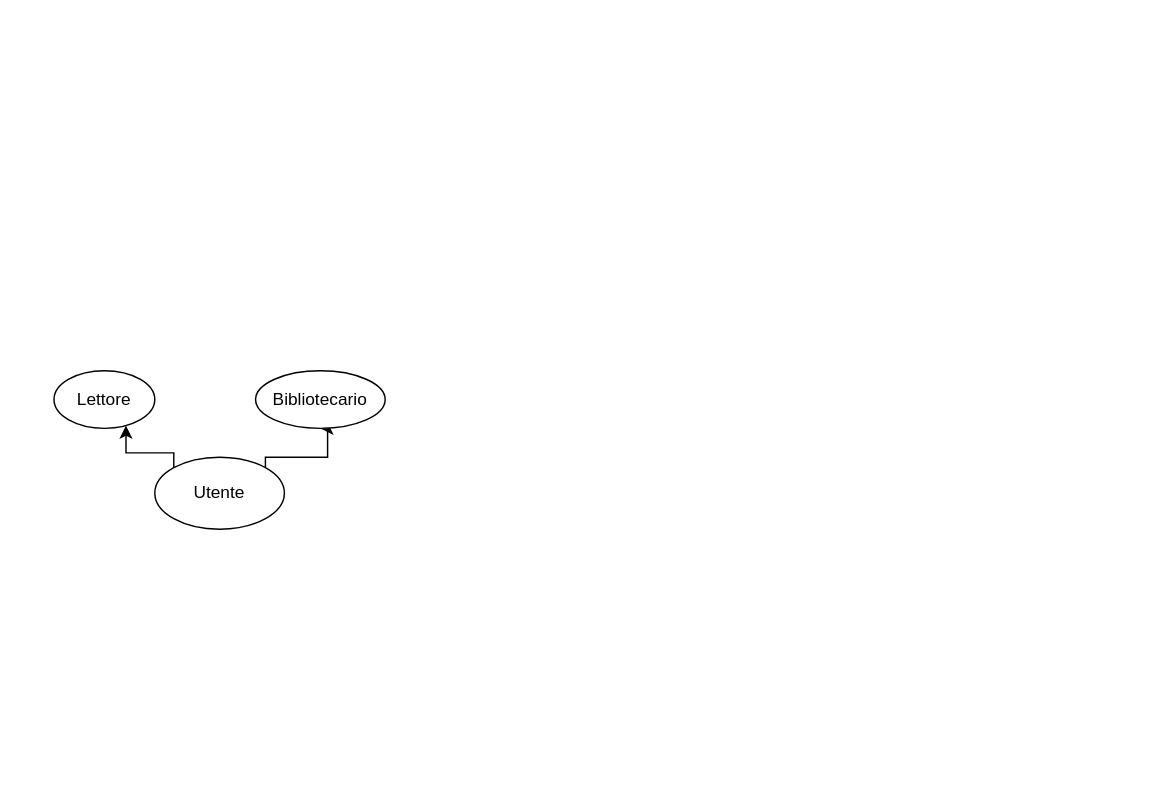
The draw.io diagram schemas/biblio_er.drawio in eliac02/bibliodb, before the edit. Source tidied: cells renumbered, new cells numbered last; positions are measured from the earlier drawing's top-left corner, leaving out a move shared by most shapes. Both pictures are drawn from the tidied source at 144%, with x=0, y=0 at pixel (53, 370).
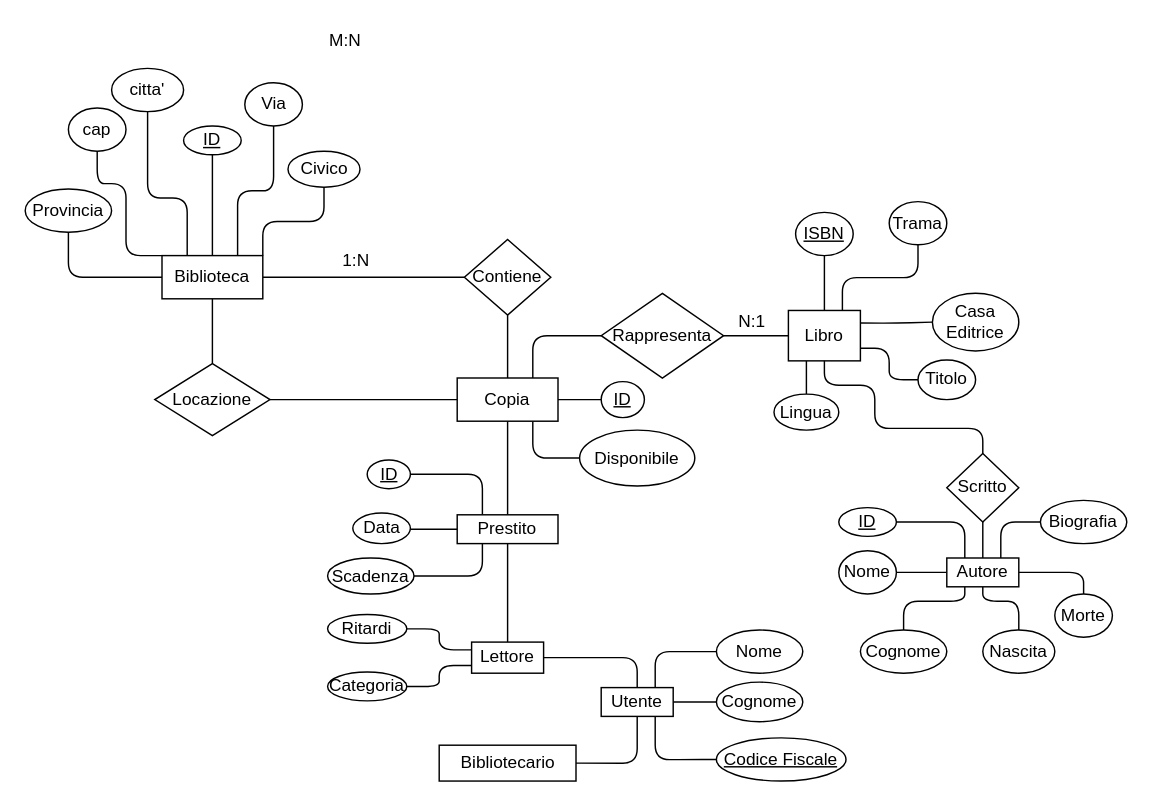
The same diagram, later.

Diff of the diagram source:
```diff
@@
+    <mxCell id="7" style="edgeStyle=orthogonalEdgeStyle;rounded=1;jettySize=auto;html=1;exitX=1;exitY=0.5;exitDx=0;exitDy=0;entryX=0;entryY=0.5;entryDx=0;entryDy=0;endArrow=none;startFill=0;" parent="1" edge="1" source="14" target="17">
+      <mxGeometry relative="1" as="geometry" />
+    </mxCell>
+    <mxCell id="8" style="edgeStyle=orthogonalEdgeStyle;rounded=1;jettySize=auto;html=1;exitX=0.5;exitY=0;exitDx=0;exitDy=0;entryX=0.5;entryY=1;entryDx=0;entryDy=0;endArrow=none;startFill=0;" parent="1" edge="1" source="14" target="73">
+      <mxGeometry relative="1" as="geometry" />
+    </mxCell>
+    <mxCell id="9" style="edgeStyle=orthogonalEdgeStyle;rounded=1;jettySize=auto;html=1;exitX=1;exitY=0;exitDx=0;exitDy=0;entryX=0.5;entryY=1;entryDx=0;entryDy=0;endArrow=none;startFill=0;" parent="1" edge="1" source="14" target="57">
+      <mxGeometry relative="1" as="geometry" />
+    </mxCell>
+    <mxCell id="10" style="edgeStyle=orthogonalEdgeStyle;rounded=1;jettySize=auto;html=1;exitX=0.75;exitY=0;exitDx=0;exitDy=0;entryX=0.5;entryY=1;entryDx=0;entryDy=0;endArrow=none;startFill=0;" parent="1" edge="1" source="14" target="56">
+      <mxGeometry relative="1" as="geometry" />
+    </mxCell>
+    <mxCell id="11" style="edgeStyle=orthogonalEdgeStyle;rounded=1;jettySize=auto;html=1;exitX=0;exitY=0.5;exitDx=0;exitDy=0;entryX=0.5;entryY=1;entryDx=0;entryDy=0;endArrow=none;startFill=0;" parent="1" edge="1" source="14" target="59">
+      <mxGeometry relative="1" as="geometry" />
+    </mxCell>
+    <mxCell id="12" style="edgeStyle=orthogonalEdgeStyle;rounded=1;jettySize=auto;html=1;exitX=0;exitY=0;exitDx=0;exitDy=0;entryX=0.5;entryY=1;entryDx=0;entryDy=0;endArrow=none;startFill=0;" parent="1" edge="1" source="14" target="58">
+      <mxGeometry relative="1" as="geometry">
+        <Array as="points">
+          <mxPoint x="50" y="-80" />
+          <mxPoint x="50" y="-130" />
+          <mxPoint x="30" y="-130" />
+        </Array>
+      </mxGeometry>
+    </mxCell>
+    <mxCell id="13" style="edgeStyle=orthogonalEdgeStyle;rounded=1;jettySize=auto;html=1;exitX=0.25;exitY=0;exitDx=0;exitDy=0;entryX=0.5;entryY=1;entryDx=0;entryDy=0;endArrow=none;startFill=0;" parent="1" edge="1" source="14" target="15">
+      <mxGeometry relative="1" as="geometry">
+        <Array as="points">
+          <mxPoint x="93" y="-120" />
+          <mxPoint x="65" y="-120" />
+        </Array>
+      </mxGeometry>
+    </mxCell>
+    <mxCell id="14" value="Biblioteca" style="rounded=0;whiteSpace=wrap;html=1;" parent="1" vertex="1">
+      <mxGeometry x="75" y="-80" width="70" height="30" as="geometry" />
+    </mxCell>
+    <mxCell id="15" value="citta'" style="ellipse;whiteSpace=wrap;html=1;rounded=1;" parent="1" vertex="1">
+      <mxGeometry x="40" y="-210" width="50" height="30" as="geometry" />
+    </mxCell>
+    <mxCell id="16" style="edgeStyle=orthogonalEdgeStyle;rounded=1;jettySize=auto;html=1;exitX=0.5;exitY=1;exitDx=0;exitDy=0;entryX=0.5;entryY=0;entryDx=0;entryDy=0;endArrow=none;startFill=0;" parent="1" edge="1" source="17" target="65">
+      <mxGeometry relative="1" as="geometry" />
+    </mxCell>
+    <mxCell id="17" value="Contiene" style="rhombus;whiteSpace=wrap;html=1;rounded=0;" parent="1" vertex="1">
+      <mxGeometry x="285" y="-91.2" width="60" height="52.5" as="geometry" />
+    </mxCell>
+    <mxCell id="18" style="edgeStyle=orthogonalEdgeStyle;rounded=1;jettySize=auto;html=1;exitX=0.5;exitY=0;exitDx=0;exitDy=0;entryX=0.5;entryY=1;entryDx=0;entryDy=0;endArrow=none;startFill=0;" parent="1" edge="1" source="24" target="25">
+      <mxGeometry relative="1" as="geometry" />
+    </mxCell>
+    <mxCell id="19" style="edgeStyle=orthogonalEdgeStyle;rounded=1;jettySize=auto;html=1;exitX=0.75;exitY=0;exitDx=0;exitDy=0;entryX=0.5;entryY=1;entryDx=0;entryDy=0;endArrow=none;startFill=0;" parent="1" edge="1" source="24" target="36">
+      <mxGeometry relative="1" as="geometry" />
+    </mxCell>
+    <mxCell id="20" style="edgeStyle=orthogonalEdgeStyle;rounded=1;jettySize=auto;html=1;exitX=1;exitY=0.25;exitDx=0;exitDy=0;entryX=0;entryY=0.5;entryDx=0;entryDy=0;endArrow=none;startFill=0;" parent="1" edge="1" source="24" target="37">
+      <mxGeometry relative="1" as="geometry" />
+    </mxCell>
+    <mxCell id="21" style="edgeStyle=orthogonalEdgeStyle;rounded=1;jettySize=auto;html=1;exitX=1;exitY=0.75;exitDx=0;exitDy=0;entryX=0;entryY=0.5;entryDx=0;entryDy=0;endArrow=none;startFill=0;" parent="1" edge="1" source="24" target="26">
+      <mxGeometry relative="1" as="geometry" />
+    </mxCell>
+    <mxCell id="22" style="edgeStyle=orthogonalEdgeStyle;rounded=1;jettySize=auto;html=1;exitX=0.25;exitY=1;exitDx=0;exitDy=0;entryX=0.5;entryY=0;entryDx=0;entryDy=0;endArrow=none;startFill=0;" parent="1" edge="1" source="24" target="44">
+      <mxGeometry relative="1" as="geometry" />
+    </mxCell>
+    <mxCell id="23" style="edgeStyle=orthogonalEdgeStyle;rounded=1;jettySize=auto;html=1;exitX=0;exitY=0.5;exitDx=0;exitDy=0;entryX=1;entryY=0.5;entryDx=0;entryDy=0;endArrow=none;startFill=0;" parent="1" edge="1" source="24" target="74">
+      <mxGeometry relative="1" as="geometry" />
+    </mxCell>
+    <mxCell id="24" value="Libro" style="rounded=0;whiteSpace=wrap;html=1;" parent="1" vertex="1">
+      <mxGeometry x="510" y="-41.9" width="50" height="35" as="geometry" />
+    </mxCell>
+    <mxCell id="25" value="&lt;u&gt;ISBN&lt;/u&gt;" style="ellipse;whiteSpace=wrap;html=1;rounded=1;" parent="1" vertex="1">
+      <mxGeometry x="515" y="-110" width="40" height="30" as="geometry" />
+    </mxCell>
+    <mxCell id="26" value="Titolo" style="ellipse;whiteSpace=wrap;html=1;rounded=1;" parent="1" vertex="1">
+      <mxGeometry x="600" y="-7.5" width="40" height="27.5" as="geometry" />
+    </mxCell>
+    <mxCell id="27" value="Scritto" style="rhombus;whiteSpace=wrap;html=1;rounded=0;" parent="1" vertex="1">
+      <mxGeometry x="620" y="57.5" width="50" height="47.5" as="geometry" />
+    </mxCell>
+    <mxCell id="28" style="edgeStyle=orthogonalEdgeStyle;rounded=1;jettySize=auto;html=1;exitX=0.25;exitY=0;exitDx=0;exitDy=0;entryX=1;entryY=0.5;entryDx=0;entryDy=0;endArrow=none;startFill=0;" parent="1" edge="1" source="35" target="38">
+      <mxGeometry relative="1" as="geometry" />
+    </mxCell>
+    <mxCell id="29" style="edgeStyle=orthogonalEdgeStyle;rounded=1;jettySize=auto;html=1;exitX=0;exitY=0.5;exitDx=0;exitDy=0;entryX=1;entryY=0.5;entryDx=0;entryDy=0;endArrow=none;startFill=0;" parent="1" edge="1" source="35" target="39">
+      <mxGeometry relative="1" as="geometry" />
+    </mxCell>
+    <mxCell id="30" style="edgeStyle=orthogonalEdgeStyle;rounded=1;jettySize=auto;html=1;exitX=0.25;exitY=1;exitDx=0;exitDy=0;entryX=0.5;entryY=0;entryDx=0;entryDy=0;endArrow=none;startFill=0;" parent="1" edge="1" source="35" target="40">
+      <mxGeometry relative="1" as="geometry">
+        <Array as="points">
+          <mxPoint x="632" y="160" />
+          <mxPoint x="590" y="160" />
+        </Array>
+      </mxGeometry>
+    </mxCell>
+    <mxCell id="31" style="edgeStyle=orthogonalEdgeStyle;rounded=1;jettySize=auto;html=1;exitX=0.5;exitY=1;exitDx=0;exitDy=0;entryX=0.5;entryY=0;entryDx=0;entryDy=0;endArrow=none;startFill=0;" parent="1" edge="1" source="35" target="41">
+      <mxGeometry relative="1" as="geometry">
+        <Array as="points">
+          <mxPoint x="645" y="160" />
+          <mxPoint x="670" y="160" />
+        </Array>
+      </mxGeometry>
+    </mxCell>
+    <mxCell id="32" style="edgeStyle=orthogonalEdgeStyle;rounded=1;jettySize=auto;html=1;exitX=1;exitY=0.5;exitDx=0;exitDy=0;entryX=0.5;entryY=0;entryDx=0;entryDy=0;endArrow=none;startFill=0;" parent="1" edge="1" source="35" target="42">
+      <mxGeometry relative="1" as="geometry">
+        <Array as="points">
+          <mxPoint x="715" y="140" />
+        </Array>
+      </mxGeometry>
+    </mxCell>
+    <mxCell id="33" style="edgeStyle=orthogonalEdgeStyle;rounded=1;jettySize=auto;html=1;exitX=0.75;exitY=0;exitDx=0;exitDy=0;entryX=0;entryY=0.5;entryDx=0;entryDy=0;endArrow=none;startFill=0;" parent="1" edge="1" source="35" target="43">
+      <mxGeometry relative="1" as="geometry">
+        <Array as="points">
+          <mxPoint x="658" y="105" />
+        </Array>
+      </mxGeometry>
+    </mxCell>
+    <mxCell id="34" style="edgeStyle=orthogonalEdgeStyle;rounded=1;jettySize=auto;html=1;exitX=0.5;exitY=0;exitDx=0;exitDy=0;entryX=0.5;entryY=1;entryDx=0;entryDy=0;endArrow=none;startFill=0;" parent="1" edge="1" source="35" target="27">
+      <mxGeometry relative="1" as="geometry" />
+    </mxCell>
+    <mxCell id="35" value="Autore" style="rounded=0;whiteSpace=wrap;html=1;" parent="1" vertex="1">
+      <mxGeometry x="620" y="130" width="50" height="20" as="geometry" />
+    </mxCell>
+    <mxCell id="36" value="Trama" style="ellipse;whiteSpace=wrap;html=1;rounded=1;" parent="1" vertex="1">
+      <mxGeometry x="580" y="-117.5" width="40" height="30" as="geometry" />
+    </mxCell>
+    <mxCell id="37" value="Casa Editrice" style="ellipse;whiteSpace=wrap;html=1;rounded=1;" parent="1" vertex="1">
+      <mxGeometry x="610" y="-53.8" width="60" height="40" as="geometry" />
+    </mxCell>
+    <mxCell id="38" value="&lt;u&gt;ID&lt;/u&gt;" style="ellipse;whiteSpace=wrap;html=1;rounded=1;" parent="1" vertex="1">
+      <mxGeometry x="545" y="95" width="40" height="20" as="geometry" />
+    </mxCell>
+    <mxCell id="39" value="Nome" style="ellipse;whiteSpace=wrap;html=1;rounded=1;" parent="1" vertex="1">
+      <mxGeometry x="545" y="125" width="40" height="30" as="geometry" />
+    </mxCell>
+    <mxCell id="40" value="Cognome" style="ellipse;whiteSpace=wrap;html=1;rounded=1;" parent="1" vertex="1">
+      <mxGeometry x="560" y="180" width="60" height="30" as="geometry" />
+    </mxCell>
+    <mxCell id="41" value="Nascita" style="ellipse;whiteSpace=wrap;html=1;rounded=1;" parent="1" vertex="1">
+      <mxGeometry x="645" y="180" width="50" height="30" as="geometry" />
+    </mxCell>
+    <mxCell id="42" value="Morte" style="ellipse;whiteSpace=wrap;html=1;rounded=1;" parent="1" vertex="1">
+      <mxGeometry x="695" y="155" width="40" height="30" as="geometry" />
+    </mxCell>
+    <mxCell id="43" value="Biografia" style="ellipse;whiteSpace=wrap;html=1;rounded=1;" parent="1" vertex="1">
+      <mxGeometry x="685" y="90" width="60" height="30" as="geometry" />
+    </mxCell>
+    <mxCell id="44" value="Lingua" style="ellipse;whiteSpace=wrap;html=1;rounded=1;" parent="1" vertex="1">
+      <mxGeometry x="500" y="16.2" width="45" height="25" as="geometry" />
+    </mxCell>
-    <mxCell id="2" style="edgeStyle=orthogonalEdgeStyle;rounded=0;jettySize=auto;html=1;exitX=0;exitY=0;exitDx=0;exitDy=0;" parent="1" edge="1" source="4" target="5">
-      <mxGeometry relative="1" as="geometry">
-        <Array as="points">
-          <mxPoint x="50" y="57" />
-        </Array>
-      </mxGeometry>
+    <mxCell id="2" style="edgeStyle=orthogonalEdgeStyle;rounded=1;jettySize=auto;html=1;exitX=0.5;exitY=0;exitDx=0;exitDy=0;entryX=1;entryY=0.5;entryDx=0;entryDy=0;endArrow=none;startFill=0;" parent="1" edge="1" source="4" target="5">
+      <mxGeometry relative="1" as="geometry" />
     </mxCell>
-    <mxCell id="3" style="edgeStyle=orthogonalEdgeStyle;rounded=0;jettySize=auto;html=1;exitX=1;exitY=0;exitDx=0;exitDy=0;entryX=0.5;entryY=1;entryDx=0;entryDy=0;" parent="1" edge="1" source="4" target="6">
-      <mxGeometry relative="1" as="geometry">
-        <Array as="points">
-          <mxPoint x="147" y="60" />
-          <mxPoint x="190" y="60" />
-          <mxPoint x="190" y="40" />
-        </Array>
-      </mxGeometry>
+    <mxCell id="3" style="edgeStyle=orthogonalEdgeStyle;rounded=1;jettySize=auto;html=1;exitX=0.5;exitY=1;exitDx=0;exitDy=0;entryX=1;entryY=0.5;entryDx=0;entryDy=0;endArrow=none;startFill=0;" parent="1" edge="1" source="4" target="6">
+      <mxGeometry relative="1" as="geometry" />
     </mxCell>
+    <mxCell id="45" style="edgeStyle=orthogonalEdgeStyle;rounded=1;jettySize=auto;html=1;exitX=0.75;exitY=0;exitDx=0;exitDy=0;entryX=0;entryY=0.5;entryDx=0;entryDy=0;endArrow=none;startFill=0;" parent="1" edge="1" source="4" target="53">
+      <mxGeometry relative="1" as="geometry" />
+    </mxCell>
+    <mxCell id="46" style="edgeStyle=orthogonalEdgeStyle;rounded=1;jettySize=auto;html=1;exitX=1;exitY=0.5;exitDx=0;exitDy=0;entryX=0;entryY=0.5;entryDx=0;entryDy=0;endArrow=none;startFill=0;" parent="1" edge="1" source="4" target="55">
+      <mxGeometry relative="1" as="geometry" />
+    </mxCell>
+    <mxCell id="47" style="edgeStyle=orthogonalEdgeStyle;rounded=1;jettySize=auto;html=1;exitX=0.75;exitY=1;exitDx=0;exitDy=0;entryX=0;entryY=0.5;entryDx=0;entryDy=0;endArrow=none;startFill=0;" parent="1" edge="1" source="4" target="52">
+      <mxGeometry relative="1" as="geometry">
+        <Array as="points">
+          <mxPoint x="417" y="270" />
+          <mxPoint x="440" y="270" />
+        </Array>
+      </mxGeometry>
+    </mxCell>
-    <mxCell id="4" value="Utente" style="ellipse;whiteSpace=wrap;html=1;" parent="1" vertex="1">
-      <mxGeometry x="70" y="60" width="90" height="50" as="geometry" />
+    <mxCell id="4" value="Utente" style="rounded=0;whiteSpace=wrap;html=1;" parent="1" vertex="1">
+      <mxGeometry x="380" y="220" width="50" height="20" as="geometry" />
     </mxCell>
+    <mxCell id="48" style="edgeStyle=orthogonalEdgeStyle;rounded=1;jettySize=auto;html=1;exitX=0;exitY=0.25;exitDx=0;exitDy=0;entryX=1;entryY=0.5;entryDx=0;entryDy=0;endArrow=none;startFill=0;" parent="1" edge="1" source="5" target="54">
+      <mxGeometry relative="1" as="geometry" />
+    </mxCell>
+    <mxCell id="49" style="edgeStyle=orthogonalEdgeStyle;rounded=1;jettySize=auto;html=1;exitX=0;exitY=0.75;exitDx=0;exitDy=0;entryX=1;entryY=0.5;entryDx=0;entryDy=0;endArrow=none;startFill=0;" parent="1" edge="1" source="5" target="51">
+      <mxGeometry relative="1" as="geometry" />
+    </mxCell>
+    <mxCell id="50" style="edgeStyle=orthogonalEdgeStyle;rounded=1;jettySize=auto;html=1;exitX=0.5;exitY=0;exitDx=0;exitDy=0;entryX=0.5;entryY=1;entryDx=0;entryDy=0;endArrow=none;startFill=0;" parent="1" edge="1" source="5" target="81">
+      <mxGeometry relative="1" as="geometry" />
+    </mxCell>
-    <mxCell id="5" value="Lettore" style="ellipse;whiteSpace=wrap;html=1;" parent="1" vertex="1">
-      <mxGeometry width="70" height="40" as="geometry" />
+    <mxCell id="5" value="Lettore" style="rounded=0;whiteSpace=wrap;html=1;" parent="1" vertex="1">
+      <mxGeometry x="290" y="188.4" width="50" height="21.6" as="geometry" />
     </mxCell>
-    <mxCell id="6" value="Bibliotecario" style="ellipse;whiteSpace=wrap;html=1;" parent="1" vertex="1">
-      <mxGeometry x="140" width="90" height="40" as="geometry" />
+    <mxCell id="6" value="Bibliotecario" style="rounded=0;whiteSpace=wrap;html=1;" parent="1" vertex="1">
+      <mxGeometry x="267.5" y="260" width="95" height="24.9" as="geometry" />
     </mxCell>
+    <mxCell id="51" value="Categoria" style="ellipse;whiteSpace=wrap;html=1;rounded=1;" parent="1" vertex="1">
+      <mxGeometry x="190" y="209.2" width="55" height="20" as="geometry" />
+    </mxCell>
+    <mxCell id="52" value="&lt;u&gt;Codice Fiscale&lt;/u&gt;" style="ellipse;whiteSpace=wrap;html=1;rounded=1;" parent="1" vertex="1">
+      <mxGeometry x="460" y="254.9" width="90" height="30" as="geometry" />
+    </mxCell>
+    <mxCell id="53" value="Nome" style="ellipse;whiteSpace=wrap;html=1;rounded=1;" parent="1" vertex="1">
+      <mxGeometry x="460" y="180" width="60" height="30" as="geometry" />
+    </mxCell>
+    <mxCell id="54" value="Ritardi" style="ellipse;whiteSpace=wrap;html=1;rounded=1;" parent="1" vertex="1">
+      <mxGeometry x="190" y="169.2" width="55" height="20" as="geometry" />
+    </mxCell>
+    <mxCell id="55" value="Cognome" style="ellipse;whiteSpace=wrap;html=1;rounded=1;" parent="1" vertex="1">
+      <mxGeometry x="460" y="216.2" width="60" height="27.5" as="geometry" />
+    </mxCell>
+    <mxCell id="56" value="Via" style="ellipse;whiteSpace=wrap;html=1;rounded=1;" parent="1" vertex="1">
+      <mxGeometry x="132.5" y="-200" width="40" height="30" as="geometry" />
+    </mxCell>
+    <mxCell id="57" value="Civico" style="ellipse;whiteSpace=wrap;html=1;rounded=1;" parent="1" vertex="1">
+      <mxGeometry x="162.5" y="-152.5" width="50" height="25" as="geometry" />
+    </mxCell>
+    <mxCell id="58" value="cap" style="ellipse;whiteSpace=wrap;html=1;rounded=1;" parent="1" vertex="1">
+      <mxGeometry x="10" y="-182.5" width="40" height="30" as="geometry" />
+    </mxCell>
+    <mxCell id="59" value="Provincia" style="ellipse;whiteSpace=wrap;html=1;rounded=1;" parent="1" vertex="1">
+      <mxGeometry x="-20" y="-126.2" width="60" height="30" as="geometry" />
+    </mxCell>
+    <mxCell id="60" style="edgeStyle=orthogonalEdgeStyle;rounded=1;jettySize=auto;html=1;exitX=0;exitY=0.5;exitDx=0;exitDy=0;entryX=1;entryY=0.5;entryDx=0;entryDy=0;endArrow=none;startFill=0;" parent="1" edge="1" source="65" target="76">
+      <mxGeometry relative="1" as="geometry" />
+    </mxCell>
+    <mxCell id="61" style="edgeStyle=orthogonalEdgeStyle;rounded=1;jettySize=auto;html=1;exitX=0.75;exitY=0;exitDx=0;exitDy=0;entryX=0;entryY=0.5;entryDx=0;entryDy=0;startArrow=none;startFill=0;endArrow=none;" parent="1" edge="1" source="65" target="74">
+      <mxGeometry relative="1" as="geometry" />
+    </mxCell>
+    <mxCell id="62" style="edgeStyle=orthogonalEdgeStyle;rounded=1;jettySize=auto;html=1;exitX=1;exitY=0.5;exitDx=0;exitDy=0;entryX=0;entryY=0.5;entryDx=0;entryDy=0;endArrow=none;startFill=0;" parent="1" edge="1" source="65" target="66">
+      <mxGeometry relative="1" as="geometry" />
+    </mxCell>
+    <mxCell id="63" style="edgeStyle=orthogonalEdgeStyle;rounded=1;jettySize=auto;html=1;exitX=0.75;exitY=1;exitDx=0;exitDy=0;entryX=0;entryY=0.5;entryDx=0;entryDy=0;endArrow=none;startFill=0;" parent="1" edge="1" source="65" target="67">
+      <mxGeometry relative="1" as="geometry" />
+    </mxCell>
+    <mxCell id="64" style="edgeStyle=orthogonalEdgeStyle;rounded=1;jettySize=auto;html=1;exitX=0.5;exitY=1;exitDx=0;exitDy=0;entryX=0.5;entryY=0;entryDx=0;entryDy=0;endArrow=none;startFill=0;" parent="1" edge="1" source="65" target="81">
+      <mxGeometry relative="1" as="geometry" />
+    </mxCell>
+    <mxCell id="65" value="Copia" style="rounded=0;whiteSpace=wrap;html=1;" parent="1" vertex="1">
+      <mxGeometry x="280" y="5" width="70" height="30" as="geometry" />
+    </mxCell>
+    <mxCell id="66" value="&lt;u&gt;ID&lt;/u&gt;" style="ellipse;whiteSpace=wrap;html=1;rounded=1;" parent="1" vertex="1">
+      <mxGeometry x="380" y="7.5" width="30" height="25" as="geometry" />
+    </mxCell>
+    <mxCell id="67" value="Disponibile" style="ellipse;whiteSpace=wrap;html=1;rounded=1;" parent="1" vertex="1">
+      <mxGeometry x="365" y="41.2" width="80" height="38.8" as="geometry" />
+    </mxCell>
+    <mxCell id="68" value="&lt;u&gt;ID&lt;/u&gt;" style="ellipse;whiteSpace=wrap;html=1;rounded=1;" parent="1" vertex="1">
+      <mxGeometry x="217.5" y="61.9" width="30" height="20" as="geometry" />
+    </mxCell>
+    <mxCell id="69" value="Data" style="ellipse;whiteSpace=wrap;html=1;rounded=1;" parent="1" vertex="1">
+      <mxGeometry x="207.5" y="98.8" width="40" height="21.2" as="geometry" />
+    </mxCell>
+    <mxCell id="70" value="Scadenza" style="ellipse;whiteSpace=wrap;html=1;rounded=1;" parent="1" vertex="1">
+      <mxGeometry x="190" y="130" width="60" height="25" as="geometry" />
+    </mxCell>
+    <mxCell id="71" value="M:N" style="text;html=1;align=center;verticalAlign=middle;whiteSpace=wrap;rounded=0;" parent="1" vertex="1">
+      <mxGeometry x="175" y="-240" width="55" height="22.5" as="geometry" />
+    </mxCell>
+    <mxCell id="72" value="1:N" style="text;html=1;align=center;verticalAlign=middle;whiteSpace=wrap;rounded=0;" parent="1" vertex="1">
+      <mxGeometry x="190" y="-87.5" width="40" height="22.5" as="geometry" />
+    </mxCell>
+    <mxCell id="73" value="&lt;u&gt;ID&lt;/u&gt;" style="ellipse;whiteSpace=wrap;html=1;rounded=1;" parent="1" vertex="1">
+      <mxGeometry x="90" y="-170" width="40" height="20" as="geometry" />
+    </mxCell>
+    <mxCell id="74" value="Rappresenta" style="rhombus;whiteSpace=wrap;html=1;rounded=0;" parent="1" vertex="1">
+      <mxGeometry x="380" y="-53.8" width="85" height="58.8" as="geometry" />
+    </mxCell>
+    <mxCell id="75" style="edgeStyle=orthogonalEdgeStyle;rounded=1;jettySize=auto;html=1;exitX=0.5;exitY=0;exitDx=0;exitDy=0;entryX=0.5;entryY=1;entryDx=0;entryDy=0;endArrow=none;startFill=0;" parent="1" edge="1" source="76" target="14">
+      <mxGeometry relative="1" as="geometry" />
+    </mxCell>
+    <mxCell id="76" value="Locazione" style="rhombus;whiteSpace=wrap;html=1;rounded=0;" parent="1" vertex="1">
+      <mxGeometry x="70" y="-5" width="80" height="50" as="geometry" />
+    </mxCell>
+    <mxCell id="77" style="edgeStyle=orthogonalEdgeStyle;rounded=1;jettySize=auto;html=1;exitX=0.5;exitY=1;exitDx=0;exitDy=0;entryX=0.5;entryY=0;entryDx=0;entryDy=0;endArrow=none;startFill=0;" parent="1" edge="1" source="24" target="27">
+      <mxGeometry relative="1" as="geometry">
+        <Array as="points">
+          <mxPoint x="535" y="10" />
+          <mxPoint x="570" y="10" />
+          <mxPoint x="570" y="40" />
+          <mxPoint x="645" y="40" />
+        </Array>
+      </mxGeometry>
+    </mxCell>
+    <mxCell id="78" style="edgeStyle=orthogonalEdgeStyle;rounded=1;jettySize=auto;html=1;exitX=0.25;exitY=0;exitDx=0;exitDy=0;entryX=1;entryY=0.5;entryDx=0;entryDy=0;endArrow=none;startFill=0;" parent="1" edge="1" source="81" target="68">
+      <mxGeometry relative="1" as="geometry" />
+    </mxCell>
+    <mxCell id="79" style="edgeStyle=orthogonalEdgeStyle;rounded=1;jettySize=auto;html=1;exitX=0;exitY=0.5;exitDx=0;exitDy=0;entryX=1;entryY=0.5;entryDx=0;entryDy=0;endArrow=none;startFill=0;" parent="1" edge="1" source="81" target="69">
+      <mxGeometry relative="1" as="geometry" />
+    </mxCell>
+    <mxCell id="80" style="edgeStyle=orthogonalEdgeStyle;rounded=1;jettySize=auto;html=1;exitX=0.25;exitY=1;exitDx=0;exitDy=0;entryX=1;entryY=0.5;entryDx=0;entryDy=0;endArrow=none;startFill=0;" parent="1" edge="1" source="81" target="70">
+      <mxGeometry relative="1" as="geometry" />
+    </mxCell>
+    <mxCell id="81" value="Prestito" style="rounded=0;whiteSpace=wrap;html=1;" parent="1" vertex="1">
+      <mxGeometry x="280" y="100" width="70" height="20" as="geometry" />
+    </mxCell>
+    <mxCell id="82" value="N:1" style="text;html=1;align=center;verticalAlign=middle;whiteSpace=wrap;rounded=0;" parent="1" vertex="1">
+      <mxGeometry x="470" y="-42.5" width="30" height="17.5" as="geometry" />
+    </mxCell>
```
